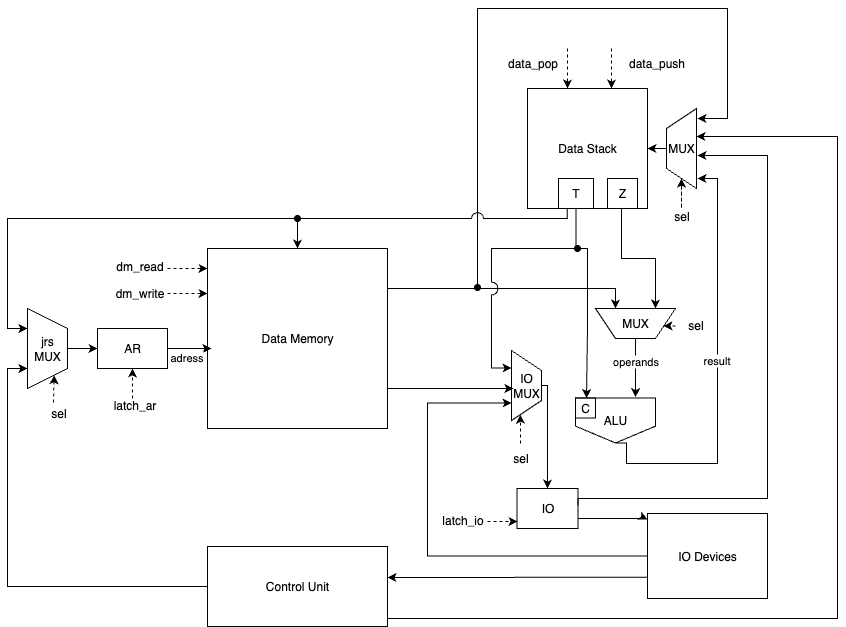
The draw.io diagram docs/images/datapath.png in mike-yasnov/csa_lab_4_v2, before a commit. Source tidied: cells renumbered, new cells last; positions are measured from the earlier drawing's top-left corner, leaving out a move shared by most shapes.
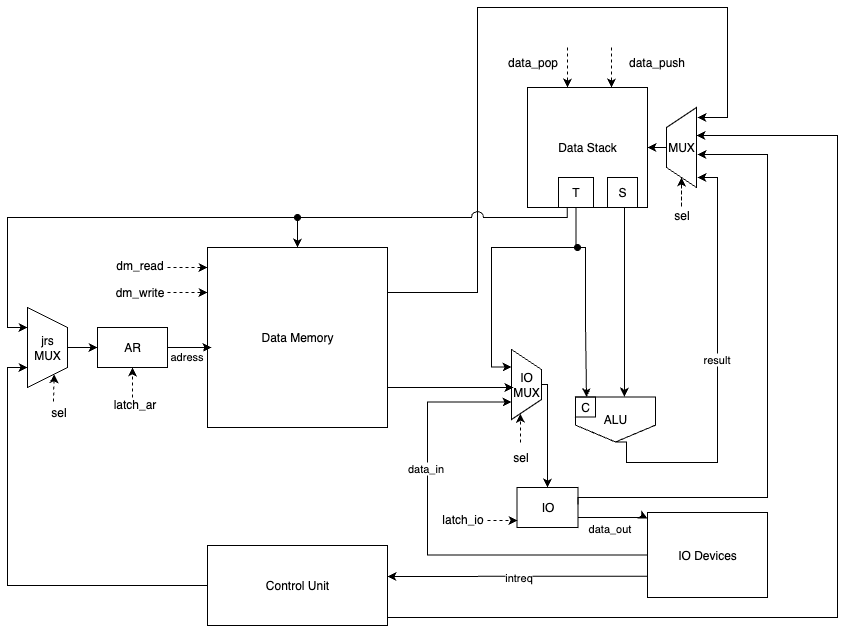
Later version of the same file.

What changed in the source:
```diff
@@ -5,20 +5,15 @@
     <mxCell id="2" value="Data Stack" style="rounded=0;whiteSpace=wrap;html=1;fillColor=none;" parent="1" vertex="1">
       <mxGeometry x="520" y="80" width="120" height="120" as="geometry" />
     </mxCell>
-    <mxCell id="3" style="edgeStyle=orthogonalEdgeStyle;rounded=0;jettySize=auto;html=1;exitX=0.5;exitY=0;exitDx=0;exitDy=0;entryX=0.748;entryY=-0.018;entryDx=0;entryDy=0;entryPerimeter=0;" parent="1" edge="1" source="5" target="7">
+    <mxCell id="3" style="edgeStyle=orthogonalEdgeStyle;rounded=0;jettySize=auto;html=1;exitX=0.5;exitY=1;exitDx=0;exitDy=0;entryX=0.609;entryY=-0.008;entryDx=0;entryDy=0;entryPerimeter=0;" parent="1" edge="1" source="13" target="7">
       <mxGeometry relative="1" as="geometry">
         <Array as="points">
-          <mxPoint x="628" y="380" />
-          <mxPoint x="628" y="380" />
+          <mxPoint x="617" y="200" />
+          <mxPoint x="617" y="380" />
+          <mxPoint x="617" y="380" />
         </Array>
       </mxGeometry>
     </mxCell>
-    <mxCell id="4" value="operands" style="edgeLabel;html=1;align=center;verticalAlign=middle;" parent="3" vertex="1">
-      <mxGeometry x="-0.23" y="-1" relative="1" as="geometry" />
-    </mxCell>
-    <mxCell id="5" value="MUX" style="shape=trapezoid;perimeter=trapezoidPerimeter;whiteSpace=wrap;html=1;fixedSize=1;direction=west;fillColor=none;" parent="1" vertex="1">
-      <mxGeometry x="588" y="300" width="80" height="30" as="geometry" />
-    </mxCell>
     <mxCell id="6" style="group;" parent="1" vertex="1">
       <mxGeometry x="568" y="359.5" width="80" height="75" as="geometry" />
     </mxCell>
@@ -28,19 +23,11 @@
     <mxCell id="8" value="C" style="rounded=0;whiteSpace=wrap;html=1;fillColor=none;" parent="6" vertex="1">
       <mxGeometry y="30" width="20" height="20" as="geometry" />
     </mxCell>
-    <mxCell id="9" style="edgeStyle=orthogonalEdgeStyle;rounded=0;jettySize=auto;html=1;exitX=1;exitY=0.25;exitDx=0;exitDy=0;entryX=0.75;entryY=1;entryDx=0;entryDy=0;" parent="1" edge="1" source="11" target="5">
-      <mxGeometry relative="1" as="geometry">
-        <Array as="points">
-          <mxPoint x="380" y="280" />
-          <mxPoint x="608" y="280" />
-        </Array>
-      </mxGeometry>
-    </mxCell>
-    <mxCell id="10" style="edgeStyle=orthogonalEdgeStyle;rounded=0;orthogonalLoop=1;jettySize=auto;html=1;startArrow=oval;startFill=1;" parent="1" edge="1">
+    <mxCell id="10" style="edgeStyle=orthogonalEdgeStyle;rounded=0;jettySize=auto;html=1;startArrow=none;startFill=0;exitX=1;exitY=0.25;exitDx=0;exitDy=0;" parent="1" edge="1" source="11">
       <mxGeometry relative="1" as="geometry">
-        <mxPoint x="470" y="279" as="sourcePoint" />
         <mxPoint x="690" y="110" as="targetPoint" />
         <Array as="points">
+          <mxPoint x="470" y="285" />
           <mxPoint x="470" />
           <mxPoint x="720" />
           <mxPoint x="720" y="110" />
@@ -50,16 +37,7 @@
     <mxCell id="11" value="Data Memory" style="whiteSpace=wrap;html=1;fillColor=none;" parent="1" vertex="1">
       <mxGeometry x="200" y="240" width="180" height="180" as="geometry" />
     </mxCell>
-    <mxCell id="12" style="edgeStyle=orthogonalEdgeStyle;rounded=0;jettySize=auto;html=1;exitX=0.5;exitY=1;exitDx=0;exitDy=0;entryX=0.25;entryY=1;entryDx=0;entryDy=0;" parent="1" edge="1" target="5">
-      <mxGeometry relative="1" as="geometry">
-        <mxPoint x="614" y="200" as="sourcePoint" />
-        <Array as="points">
-          <mxPoint x="614" y="250" />
-          <mxPoint x="648" y="250" />
-        </Array>
-      </mxGeometry>
-    </mxCell>
-    <mxCell id="13" value="Z" style="rounded=0;whiteSpace=wrap;html=1;fillColor=none;" parent="1" vertex="1">
+    <mxCell id="13" value="S" style="rounded=0;whiteSpace=wrap;html=1;fillColor=none;" parent="1" vertex="1">
       <mxGeometry x="600" y="170" width="30" height="30" as="geometry" />
     </mxCell>
     <mxCell id="14" value="T" style="rounded=0;whiteSpace=wrap;html=1;fillColor=none;" parent="1" vertex="1">
@@ -96,9 +74,6 @@
     <mxCell id="20" value="result" style="edgeLabel;html=1;align=center;verticalAlign=middle;" parent="19" vertex="1">
       <mxGeometry x="0.06" y="2" relative="1" as="geometry" />
     </mxCell>
-    <mxCell id="21" value="sel" style="text;html=1;align=center;verticalAlign=middle;points=[];strokeColor=none;fillColor=none;" parent="1" vertex="1">
-      <mxGeometry x="668" y="302" width="40" height="30" as="geometry" />
-    </mxCell>
     <mxCell id="22" value="AR" style="rounded=0;whiteSpace=wrap;html=1;fillColor=none;" parent="1" vertex="1">
       <mxGeometry x="90" y="320" width="70" height="40" as="geometry" />
     </mxCell>
@@ -110,9 +85,6 @@
         <mxPoint x="-2" y="6" as="offset" />
       </mxGeometry>
     </mxCell>
-    <mxCell id="25" style="endArrow=classic;html=1;rounded=0;entryX=0.151;entryY=0.413;entryDx=0;entryDy=0;dashed=1;entryPerimeter=0;" parent="1" edge="1" source="21" target="5">
-      <mxGeometry relative="1" as="geometry" />
-    </mxCell>
     <mxCell id="26" style="edgeStyle=orthogonalEdgeStyle;rounded=0;jettySize=auto;html=1;exitX=0.5;exitY=0;exitDx=0;exitDy=0;entryX=0;entryY=0.5;entryDx=0;entryDy=0;" parent="1" edge="1" source="27" target="22">
       <mxGeometry relative="1" as="geometry" />
     </mxCell>
@@ -126,7 +98,12 @@
       <mxGeometry relative="1" as="geometry" />
     </mxCell>
     <mxCell id="30" style="edgeStyle=orthogonalEdgeStyle;rounded=0;jettySize=auto;html=1;exitX=0;exitY=0.5;exitDx=0;exitDy=0;entryX=0.75;entryY=1;entryDx=0;entryDy=0;" parent="1" edge="1" source="32" target="27">
-      <mxGeometry relative="1" as="geometry" />
+      <mxGeometry relative="1" as="geometry">
+        <Array as="points">
+          <mxPoint y="578" />
+          <mxPoint y="360" />
+        </Array>
+      </mxGeometry>
     </mxCell>
     <mxCell id="31" style="edgeStyle=orthogonalEdgeStyle;rounded=0;orthogonalLoop=1;jettySize=auto;html=1;exitX=1;exitY=0.75;exitDx=0;exitDy=0;entryX=0.75;entryY=1;entryDx=0;entryDy=0;" parent="1" edge="1">
       <mxGeometry relative="1" as="geometry">
@@ -150,6 +127,11 @@
         </Array>
       </mxGeometry>
     </mxCell>
+    <mxCell id="60" value="data_out" style="edgeLabel;html=1;align=center;verticalAlign=middle;" parent="33" vertex="1">
+      <mxGeometry x="-0.26" relative="1" as="geometry">
+        <mxPoint x="4" y="10" as="offset" />
+      </mxGeometry>
+    </mxCell>
     <mxCell id="34" style="edgeStyle=orthogonalEdgeStyle;rounded=0;orthogonalLoop=1;jettySize=auto;html=1;exitX=1;exitY=0.25;exitDx=0;exitDy=0;" parent="1" edge="1">
       <mxGeometry relative="1" as="geometry">
         <mxPoint x="570.5" y="497" as="sourcePoint" />
@@ -167,6 +149,9 @@
     <mxCell id="36" style="edgeStyle=orthogonalEdgeStyle;rounded=0;jettySize=auto;html=1;exitX=0;exitY=0.75;exitDx=0;exitDy=0;entryX=1;entryY=0.388;entryDx=0;entryDy=0;entryPerimeter=0;" parent="1" edge="1" source="38" target="32">
       <mxGeometry relative="1" as="geometry" />
     </mxCell>
+    <mxCell id="61" value="intreq" style="edgeLabel;html=1;align=center;verticalAlign=middle;" parent="36" vertex="1">
+      <mxGeometry relative="1" as="geometry" />
+    </mxCell>
     <mxCell id="37" style="edgeStyle=orthogonalEdgeStyle;rounded=0;jettySize=auto;html=1;exitX=0;exitY=0.5;exitDx=0;exitDy=0;entryX=0.75;entryY=1;entryDx=0;entryDy=0;" parent="1" edge="1" source="38" target="46">
       <mxGeometry relative="1" as="geometry">
         <Array as="points">
@@ -175,6 +160,9 @@
         </Array>
       </mxGeometry>
     </mxCell>
+    <mxCell id="62" value="data_in" style="edgeLabel;html=1;align=center;verticalAlign=middle;" parent="37" vertex="1">
+      <mxGeometry x="0.35" y="3" relative="1" as="geometry" />
+    </mxCell>
     <mxCell id="38" value="IO Devices" style="rounded=0;whiteSpace=wrap;html=1;fillColor=none;" parent="1" vertex="1">
       <mxGeometry x="640" y="505" width="120" height="85" as="geometry" />
     </mxCell>
@@ -272,13 +260,12 @@
         <mxPoint x="290" y="210" as="sourcePoint" />
       </mxGeometry>
     </mxCell>
-    <mxCell id="59" style="endArrow=classic;html=1;rounded=0;edgeStyle=orthogonalEdgeStyle;entryX=0.5;entryY=0;entryDx=0;entryDy=0;startArrow=oval;startFill=1;" parent="1" edge="1">
+    <mxCell id="59" style="endArrow=classic;html=1;rounded=0;edgeStyle=orthogonalEdgeStyle;startArrow=oval;startFill=1;entryX=0.5;entryY=0;entryDx=0;entryDy=0;" parent="1" edge="1" target="8">
       <mxGeometry relative="1" as="geometry">
         <mxPoint x="570" y="240" as="sourcePoint" />
-        <mxPoint x="578" y="389.5" as="targetPoint" />
         <Array as="points">
-          <mxPoint x="580" y="240" />
-          <mxPoint x="580" y="315" />
+          <mxPoint x="578" y="240" />
+          <mxPoint x="578" y="315" />
           <mxPoint x="579" y="315" />
           <mxPoint x="579" y="390" />
         </Array>
```
